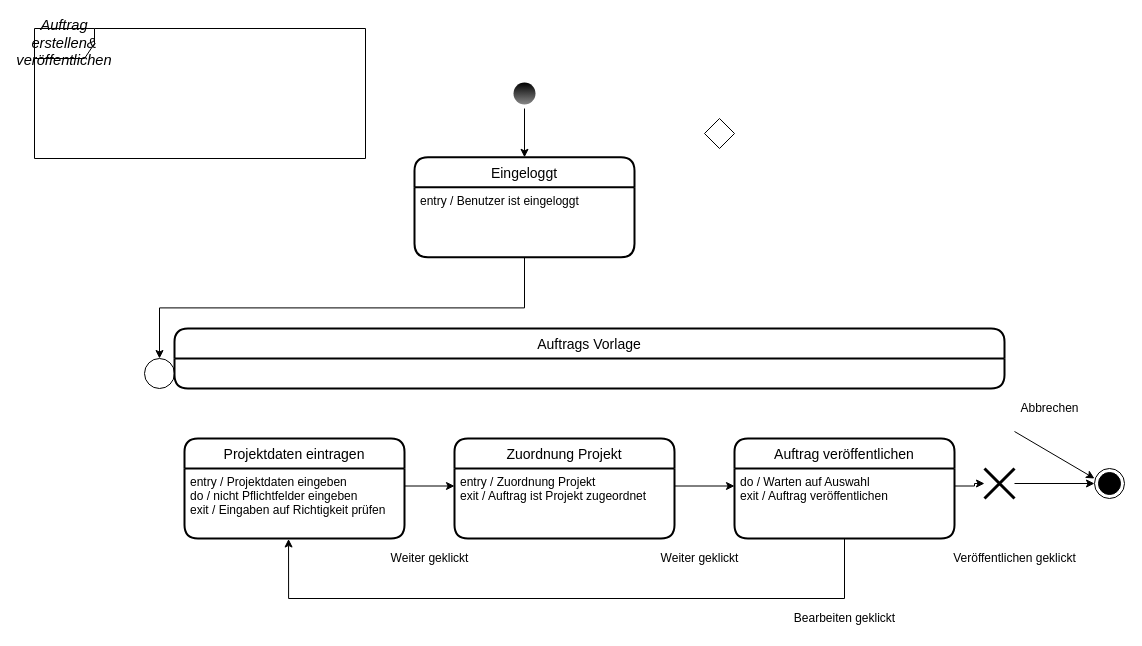
Above: 4_Zustandsdiagramme/Auftrag_erstellen.drawio in Andy61994/SE-Project (draw.io), before the change. Source tidied: cells renumbered, new cells numbered last; positions are measured from the earlier drawing's top-left corner, leaving out a move shared by most shapes. Both pictures are drawn from the tidied source at 100%, with x=0, y=0 at pixel (34, 28).
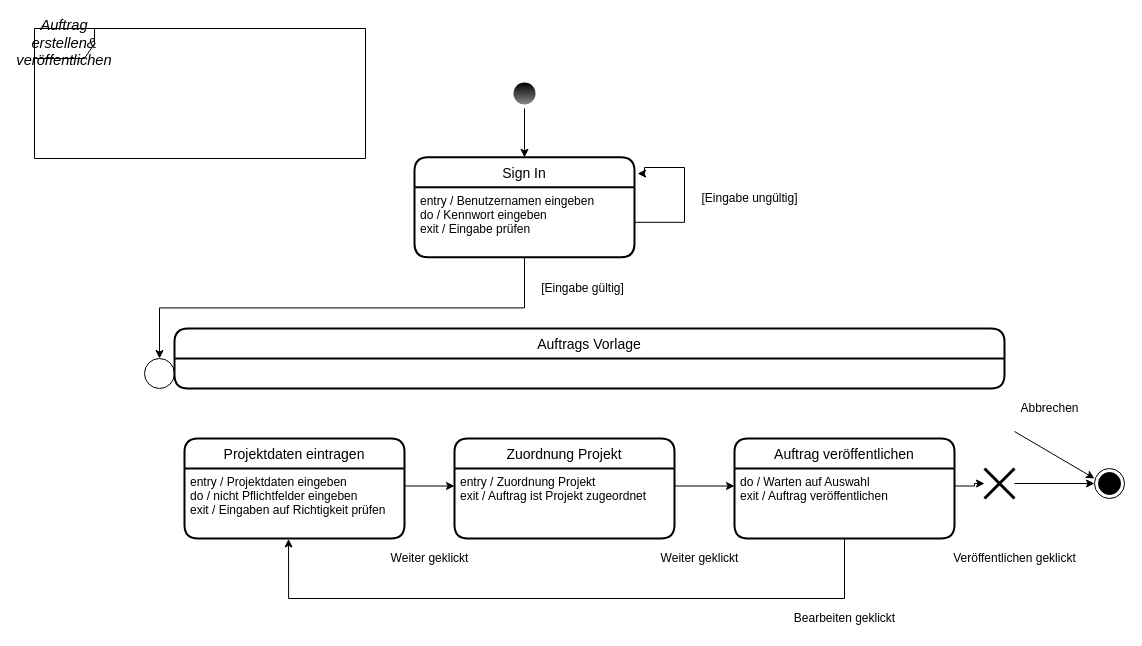
After the change.

Change to the diagram source:
```diff
@@
-    <mxCell id="6" style="rhombus;whiteSpace=wrap;html=1;" parent="1" vertex="1">
-      <mxGeometry x="670" y="90" width="30" height="30" as="geometry" />
-    </mxCell>
@@
-    <mxCell id="11" value="Eingeloggt" style="swimlane;horizontal=1;startSize=30;rounded=1;fontSize=14;fontStyle=0;strokeWidth=2;shadow=0;dashed=0;align=center;" parent="1" vertex="1">
+    <mxCell id="11" value="Sign In" style="swimlane;horizontal=1;startSize=30;rounded=1;fontSize=14;fontStyle=0;strokeWidth=2;shadow=0;dashed=0;align=center;" parent="1" vertex="1">
       <mxGeometry x="380" y="128.8" width="220" height="100" as="geometry" />
     </mxCell>
-    <mxCell id="12" value="entry / Benutzer ist eingeloggt&#10;" style="align=left;strokeColor=none;fillColor=none;spacingLeft=4;fontSize=12;verticalAlign=top;" parent="11" vertex="1">
+    <mxCell id="12" value="entry / Benutzernamen eingeben&#10;do / Kennwort eingeben&#10;exit / Eingabe prüfen" style="align=left;strokeColor=none;fillColor=none;spacingLeft=4;fontSize=12;verticalAlign=top;" parent="11" vertex="1">
       <mxGeometry y="30" width="220" height="70" as="geometry" />
     </mxCell>
+    <mxCell id="30" style="edgeStyle=orthogonalEdgeStyle;rounded=0;jettySize=auto;html=1;entryX=1.014;entryY=0.163;entryDx=0;entryDy=0;entryPerimeter=0;" parent="11" edge="1" source="12" target="11">
+      <mxGeometry relative="1" as="geometry">
+        <Array as="points">
+          <mxPoint x="270" y="65.2" />
+          <mxPoint x="270" y="10.2" />
+          <mxPoint x="230" y="10.2" />
+          <mxPoint x="230" y="16.2" />
+        </Array>
+      </mxGeometry>
+    </mxCell>
@@
+    <mxCell id="31" value="[Eingabe ungültig]" style="text;html=1;align=center;verticalAlign=middle;" parent="1" vertex="1">
+      <mxGeometry x="660" y="160" width="110" height="20" as="geometry" />
+    </mxCell>
+    <mxCell id="32" value="[Eingabe gültig]" style="text;html=1;align=center;verticalAlign=middle;" parent="1" vertex="1">
+      <mxGeometry x="498" y="250" width="100" height="20" as="geometry" />
+    </mxCell>
```
